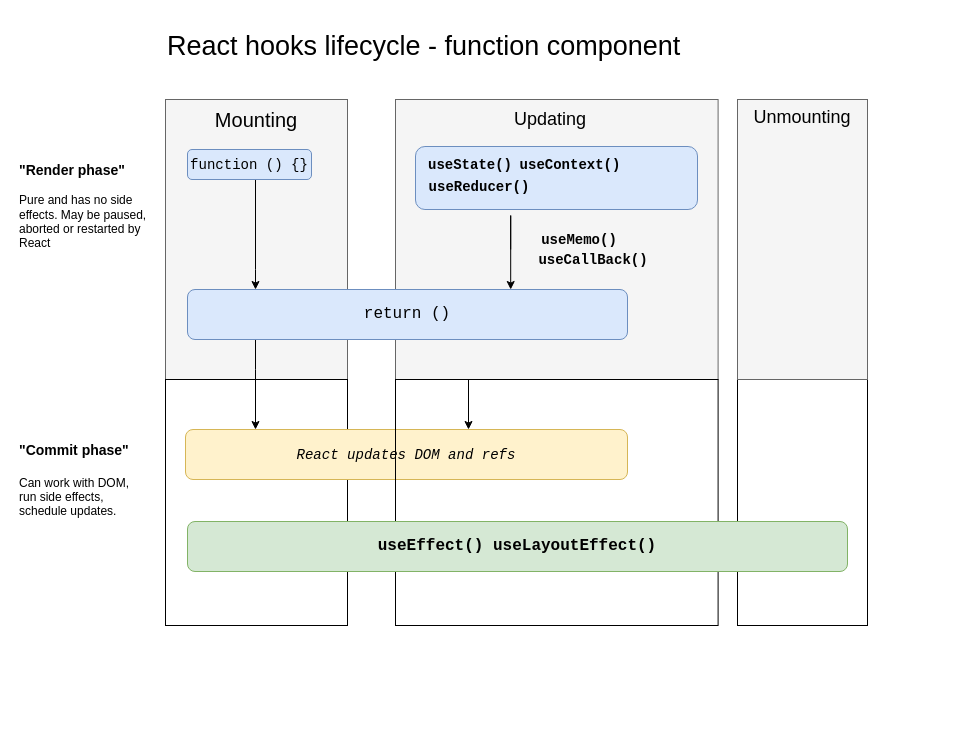
Above: chart.drawio in Wavez/react-hooks-lifecycle (draw.io), before the change. Source tidied: cells renumbered, new cells numbered last; positions are measured from the earlier drawing's top-left corner, leaving out a move shared by most shapes. Both pictures are drawn from the tidied source at 100%, with x=0, y=0 at pixel (17, 27). Pictures stored in the file or linked from it are replaced by grey dashed boxes.
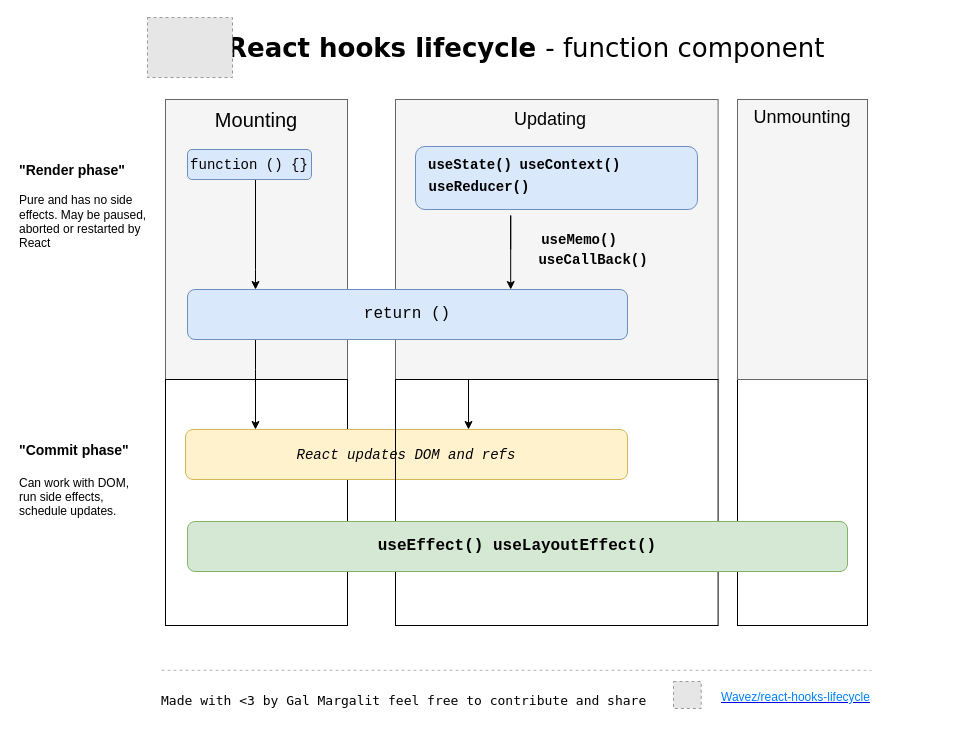
The same diagram, later.

Change to the diagram source:
```diff
@@
-    <mxCell id="10" value="&lt;font style=&quot;font-size: 27px&quot;&gt;React hooks lifecycle - function component&lt;/font&gt;" style="text;html=1;align=left;verticalAlign=top;spacingTop=-4;" parent="1" vertex="1">
-      <mxGeometry x="148" width="530" height="20" as="geometry" />
+    <mxCell id="10" value="&lt;font style=&quot;font-size: 26px&quot;&gt;React hooks lifecycle &lt;span style=&quot;font-weight: normal&quot;&gt;- &lt;/span&gt;&lt;span style=&quot;font-weight: normal&quot;&gt;function component&lt;/span&gt;&lt;/font&gt;" style="text;html=1;align=left;verticalAlign=top;spacingTop=-4;fontFamily=Verdana;fontStyle=1;" parent="1" vertex="1">
+      <mxGeometry x="208" y="3" width="580" height="20" as="geometry" />
     </mxCell>
@@
+    <mxCell id="27" style="fillColor=#E6E6E6;strokeColor=#999999;dashed=1;verticalLabelPosition=bottom;labelBackgroundColor=#ffffff;verticalAlign=top;" parent="1" vertex="1">
+      <mxGeometry x="130" y="-10" width="85" height="60" as="geometry" />
+    </mxCell>
+    <mxCell id="28" style="group;" parent="1" vertex="1">
+      <mxGeometry x="142" y="642.8" width="800" height="47.2" as="geometry" />
+    </mxCell>
+    <mxCell id="29" style="group;" parent="28" vertex="1">
+      <mxGeometry y="7.2" width="550" height="40" as="geometry" />
+    </mxCell>
+    <mxCell id="30" value="&lt;font style=&quot;line-height: 170%&quot;&gt;Made with &amp;lt;3 by Gal Margalit feel free to contribute and share&lt;/font&gt;" style="text;html=1;align=left;verticalAlign=top;spacingTop=-4;fontSize=13;fontColor=#000000;fontFamily=Lucida Console;" parent="29" vertex="1">
+      <mxGeometry y="10" width="500" height="20" as="geometry" />
+    </mxCell>
+    <mxCell id="31" style="fillColor=#E6E6E6;strokeColor=#999999;dashed=1;verticalLabelPosition=bottom;verticalAlign=top;fontSize=18;fontColor=#000000;" parent="29" vertex="1">
+      <mxGeometry x="514" y="4" width="27.7" height="27" as="geometry" />
+    </mxCell>
+    <mxCell id="32" value="&lt;a href=&quot;https://github.com/Wavez/react-hooks-lifecycle&quot; style=&quot;font-size: 12px;&quot;&gt;&lt;font color=&quot;#007fff&quot; style=&quot;font-size: 12px;&quot;&gt;Wavez/react-hooks-lifecycle&lt;/font&gt;&lt;/a&gt;" style="text;html=1;align=left;verticalAlign=top;spacingTop=-4;fontSize=12;fontColor=#000000;" parent="28" vertex="1">
+      <mxGeometry x="560" y="17.2" width="240" height="20" as="geometry" />
+    </mxCell>
+    <mxCell id="33" style="endArrow=none;dashed=1;html=1;fontFamily=Lucida Console;fontSize=12;fontColor=#000000;strokeColor=#B3B3B3;" parent="28" edge="1">
+      <mxGeometry relative="1" as="geometry">
+        <mxPoint x="2" as="sourcePoint" />
+        <mxPoint x="712" as="targetPoint" />
+      </mxGeometry>
+    </mxCell>
```
